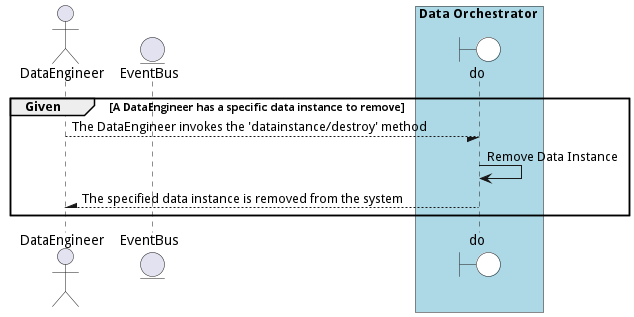
Before: docs/edgemere/diml/dml/do/usecases/managedatainstances/RemoveDataInstance.png, a diagram exported from PlantUML (madajaju/edgemere).
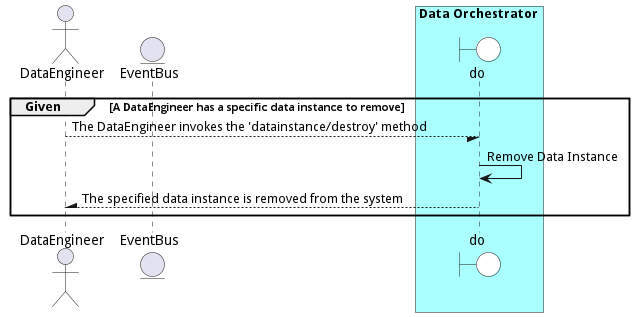
The same diagram one commit later.

What changed in the source:
```diff
@@ -6,7 +6,7 @@
 
 entity EventBus
 
-box Data Orchestrator #lightblue
+box Data Orchestrator #aaffff
     boundary do #white
 end box
 
```
